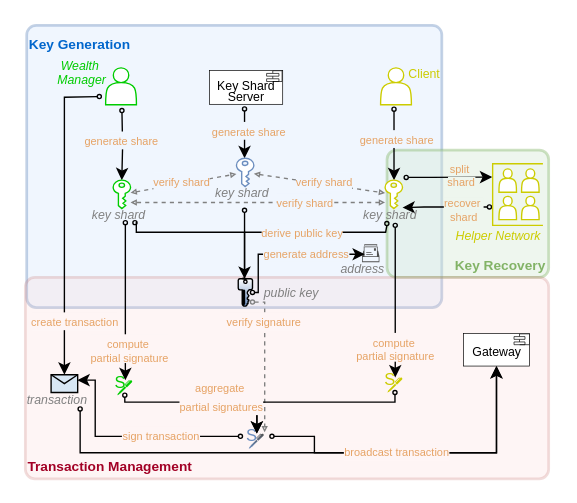
dlt-science/crypto-mpc-wallet-bloom keeps this draw.io diagram as page "txn-sign-tech" (4 of 13) of drawio-diagrams/wallet_architecture.drawio. Above is the earlier version. Source tidied: cells renumbered, new cells numbered last; positions are measured from the earlier drawing's top-left corner, leaving out a move shared by most shapes. Both pictures are drawn from the tidied source at 137%, with x=0, y=0 at pixel (25, 25).
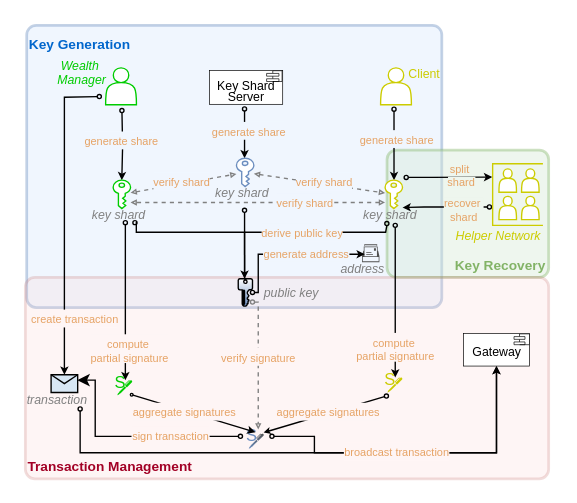
After the change.

The change refers to these unchanged cells:
```xml
<mxCell id="5" style="strokeWidth=1;html=1;shape=mxgraph.flowchart.annotation_1;align=left;rotation=0;strokeColor=#CCCC00;" parent="1" vertex="1">
  <mxGeometry x="341.1" y="101" width="36.7" height="45" as="geometry" />
</mxCell>
<mxCell id="6" value="&lt;b style=&quot;color: rgb(162, 0, 37); caret-color: rgb(0, 0, 0); text-wrap: nowrap;&quot;&gt;&lt;font style=&quot;font-size: 10px;&quot;&gt;Transaction Management&lt;/font&gt;&lt;/b&gt;" style="rounded=1;whiteSpace=wrap;html=1;absoluteArcSize=1;arcSize=14;strokeWidth=2;fillColor=#f8cecc;strokeColor=#b85450;opacity=20;rotation=0;align=left;verticalAlign=bottom;spacingBottom=0;labelBackgroundColor=none;spacing=2;" parent="1" vertex="1">
  <mxGeometry y="184" width="382" height="147" as="geometry" />
</mxCell>
<mxCell id="17" value="&lt;font color=&quot;#808080&quot; style=&quot;font-size: 9px;&quot;&gt;&lt;i style=&quot;&quot;&gt;key shard&lt;/i&gt;&lt;/font&gt;" style="sketch=0;shadow=0;dashed=0;html=1;strokeColor=#00CC00;fillColor=#FFFFFF;labelPosition=center;verticalLabelPosition=bottom;verticalAlign=top;outlineConnect=0;align=center;shape=mxgraph.office.security.key_permissions;rotation=0;spacing=0;fontSize=10;spacingTop=-6;spacingLeft=-5;" parent="1" vertex="1">
  <mxGeometry x="64.1" y="113" width="12.7" height="20.7" as="geometry" />
</mxCell>
<mxCell id="19" value="&lt;font color=&quot;#808080&quot; style=&quot;font-size: 9px;&quot;&gt;&lt;i style=&quot;&quot;&gt;key shard&lt;/i&gt;&lt;/font&gt;" style="sketch=0;shadow=0;dashed=0;html=1;strokeColor=#CCCC00;fillColor=#FFFFFF;labelPosition=center;verticalLabelPosition=bottom;verticalAlign=top;outlineConnect=0;align=center;shape=mxgraph.office.security.key_permissions;rotation=0;spacing=0;fontSize=10;spacingTop=-6;spacingLeft=-5;" parent="1" vertex="1">
  <mxGeometry x="262.6" y="113" width="12.7" height="20.7" as="geometry" />
</mxCell>
<mxCell id="20" style="sketch=0;shadow=0;html=1;strokeColor=#000000;labelPosition=center;verticalLabelPosition=bottom;verticalAlign=bottom;align=center;fillColor=#FFFFFF;shape=mxgraph.mscae.enterprise.key_permissions;rotation=0;spacingTop=0;spacing=1;spacingBottom=0;textDirection=ltr;spacingRight=-8;horizontal=1;gradientColor=#6C8EBF;" parent="1" vertex="1">
  <mxGeometry x="155.4" y="185" width="10.4" height="20" as="geometry" />
</mxCell>
<mxCell id="26" value="&lt;i style=&quot;&quot;&gt;&lt;font color=&quot;#808080&quot; style=&quot;font-size: 9px;&quot;&gt;transaction&lt;/font&gt;&lt;/i&gt;" style="shape=message;html=1;html=1;outlineConnect=0;labelPosition=center;verticalLabelPosition=bottom;align=center;verticalAlign=top;fillColor=#D8E7F5;rotation=0;spacingTop=-9;spacingLeft=-11;spacingRight=0;spacingBottom=0;horizontal=1;spacing=2;" parent="1" vertex="1">
  <mxGeometry x="18.8" y="255" width="19.4" height="13" as="geometry" />
</mxCell>
<mxCell id="28" value="&lt;font face=&quot;Kolker Brush&quot;&gt;S&lt;/font&gt;" style="text;html=1;align=center;verticalAlign=middle;points=[];strokeColor=none;fillColor=none;fontColor=#CCCC00;" parent="27" vertex="1">
  <mxGeometry y="37" width="23" height="28" as="geometry" />
</mxCell>
<mxCell id="29" style="sketch=0;shadow=0;dashed=0;html=1;strokeColor=none;fillColor=#CCCC00;labelPosition=center;verticalLabelPosition=bottom;verticalAlign=top;outlineConnect=0;align=center;shape=mxgraph.office.concepts.writing_pen;" parent="27" vertex="1">
  <mxGeometry x="10" y="49" width="11" height="11" as="geometry" />
</mxCell>
<mxCell id="30" value="&lt;font face=&quot;Kolker Brush&quot;&gt;S&lt;/font&gt;" style="text;html=1;align=center;verticalAlign=middle;points=[];strokeColor=none;fillColor=none;fontColor=#00CC00;" parent="1" vertex="1">
  <mxGeometry x="57.1" y="247" width="23" height="28" as="geometry" />
</mxCell>
<mxCell id="31" style="sketch=0;shadow=0;dashed=0;html=1;strokeColor=none;fillColor=#00CC00;labelPosition=center;verticalLabelPosition=bottom;verticalAlign=top;outlineConnect=0;align=center;shape=mxgraph.office.concepts.writing_pen;" parent="1" vertex="1">
  <mxGeometry x="67.1" y="259" width="11" height="11" as="geometry" />
</mxCell>
<mxCell id="34" style="edgeStyle=orthogonalEdgeStyle;rounded=0;jettySize=auto;html=1;startArrow=oval;startFill=0;startSize=3;exitX=0.17;exitY=0.5;exitDx=0;exitDy=0;exitPerimeter=0;strokeColor=default;" parent="1" edge="1" source="39">
  <mxGeometry relative="1" as="geometry">
    <mxPoint x="38" y="259" as="targetPoint" />
    <Array as="points">
      <mxPoint x="51" y="300" />
      <mxPoint x="51" y="259" />
    </Array>
  </mxGeometry>
</mxCell>
<mxCell id="39" value="&lt;font face=&quot;Kolker Brush&quot;&gt;S&lt;/font&gt;" style="text;html=1;align=center;verticalAlign=middle;points=[];strokeColor=none;fillColor=none;fontColor=#6C8EBF;" parent="1" vertex="1">
  <mxGeometry x="153.1" y="286" width="23" height="28" as="geometry" />
</mxCell>
<mxCell id="40" style="sketch=0;shadow=0;dashed=0;html=1;strokeColor=none;fillColor=#505050;labelPosition=center;verticalLabelPosition=bottom;verticalAlign=top;outlineConnect=0;align=center;shape=mxgraph.office.concepts.writing_pen;gradientColor=#6C8EBF;" parent="1" vertex="1">
  <mxGeometry x="163.1" y="298" width="11" height="11" as="geometry" />
</mxCell>
<mxCell id="47" style="sketch=0;shadow=0;dashed=0;html=1;strokeColor=none;fillColor=#505050;labelPosition=center;verticalLabelPosition=top;verticalAlign=top;outlineConnect=0;align=center;shape=mxgraph.office.concepts.mailbox2;spacingBottom=2;spacingTop=0;fontSize=10;textDirection=ltr;horizontal=1;direction=south;rotation=-90;" parent="1" vertex="1">
  <mxGeometry x="245.6" y="160" width="13" height="12.7" as="geometry" />
</mxCell>
<mxCell id="48" value="&lt;i style=&quot;&quot;&gt;&lt;font color=&quot;#808080&quot; style=&quot;font-size: 9px;&quot;&gt;key shard&lt;/font&gt;&lt;/i&gt;" style="sketch=0;shadow=0;dashed=0;html=1;strokeColor=#6C8EBF;fillColor=#FFFFFF;labelPosition=center;verticalLabelPosition=bottom;verticalAlign=top;outlineConnect=0;align=center;shape=mxgraph.office.security.key_permissions;rotation=0;spacing=0;fontSize=10;spacingTop=-6;spacingLeft=-5;" parent="1" vertex="1">
  <mxGeometry x="154.1" y="97" width="12.7" height="20.7" as="geometry" />
</mxCell>
<mxCell id="53" style="html=1;align=center;verticalAlign=middle;dashed=0;rotation=-90;strokeWidth=0.5;strokeColor=#000000;fillColor=#FFFFFF;fontColor=#000000;" parent="1" vertex="1">
  <mxGeometry x="332" y="212.8" width="23.8" height="48" as="geometry" />
</mxCell>
```

Diff of the diagram source:
```diff
@@
-    <mxCell id="4" style="edgeStyle=orthogonalEdgeStyle;rounded=0;jettySize=auto;html=1;startArrow=oval;startFill=0;startSize=3;strokeColor=default;exitX=-0.064;exitY=0.702;exitDx=0;exitDy=0;exitPerimeter=0;" parent="1" edge="1" source="5">
+    <mxCell id="4" style="edgeStyle=orthogonalEdgeStyle;rounded=0;jettySize=auto;html=1;startArrow=oval;startFill=0;startSize=3;strokeColor=default;exitX=-0.064;exitY=0.702;exitDx=0;exitDy=0;exitPerimeter=0;endSize=3;" parent="1" edge="1" source="5">
       <mxGeometry relative="1" as="geometry">
         <mxPoint x="275.3" y="133" as="targetPoint" />
         <Array as="points">
           <mxPoint x="291" y="133" />
         </Array>
       </mxGeometry>
     </mxCell>
@@
-    <mxCell id="7" style="edgeStyle=orthogonalEdgeStyle;rounded=0;jettySize=auto;html=1;startArrow=oval;startFill=0;startSize=3;exitX=0.428;exitY=1.109;exitDx=0;exitDy=0;exitPerimeter=0;strokeColor=default;" parent="1" edge="1" target="17">
+    <mxCell id="7" style="edgeStyle=orthogonalEdgeStyle;rounded=0;jettySize=auto;html=1;startArrow=oval;startFill=0;startSize=3;exitX=0.428;exitY=1.109;exitDx=0;exitDy=0;exitPerimeter=0;strokeColor=default;endSize=3;" parent="1" edge="1" target="17">
       <mxGeometry relative="1" as="geometry">
         <mxPoint x="70.5" y="62.2" as="sourcePoint" />
       </mxGeometry>
     </mxCell>
@@
-    <mxCell id="9" style="edgeStyle=orthogonalEdgeStyle;rounded=0;jettySize=auto;html=1;startArrow=oval;startFill=0;startSize=3;exitX=0.467;exitY=1.014;exitDx=0;exitDy=0;exitPerimeter=0;strokeColor=default;" parent="1" edge="1" target="19">
+    <mxCell id="9" style="edgeStyle=orthogonalEdgeStyle;rounded=0;jettySize=auto;html=1;startArrow=oval;startFill=0;startSize=3;exitX=0.467;exitY=1.014;exitDx=0;exitDy=0;exitPerimeter=0;strokeColor=default;endSize=3;" parent="1" edge="1" target="19">
       <mxGeometry relative="1" as="geometry">
         <mxPoint x="269.1" y="61.2" as="sourcePoint" />
         <Array as="points">
           <mxPoint x="269" y="61" />
         </Array>
       </mxGeometry>
     </mxCell>
@@
-    <mxCell id="14" style="edgeStyle=orthogonalEdgeStyle;rounded=0;jettySize=auto;html=1;startArrow=oval;startFill=0;startSize=3;fontColor=#E6A365;strokeColor=default;" parent="1" edge="1" target="48">
+    <mxCell id="14" style="edgeStyle=orthogonalEdgeStyle;rounded=0;jettySize=auto;html=1;startArrow=oval;startFill=0;startSize=3;fontColor=#E6A365;strokeColor=default;endSize=3;" parent="1" edge="1" target="48">
       <mxGeometry relative="1" as="geometry">
         <mxPoint x="160" y="61" as="sourcePoint" />
         <Array as="points">
           <mxPoint x="160" y="91" />
           <mxPoint x="160" y="91" />
         </Array>
       </mxGeometry>
     </mxCell>
@@
-    <mxCell id="22" style="edgeStyle=orthogonalEdgeStyle;rounded=0;jettySize=auto;html=1;startArrow=oval;startFill=0;startSize=3;strokeColor=default;" parent="1" edge="1" target="31">
+    <mxCell id="22" style="edgeStyle=orthogonalEdgeStyle;rounded=0;jettySize=auto;html=1;startArrow=oval;startFill=0;startSize=3;strokeColor=default;endSize=3;" parent="1" edge="1" target="31">
       <mxGeometry relative="1" as="geometry">
         <mxPoint x="73" y="144" as="sourcePoint" />
         <Array as="points">
           <mxPoint x="73" y="144" />
         </Array>
       </mxGeometry>
     </mxCell>
@@
-    <mxCell id="24" style="edgeStyle=orthogonalEdgeStyle;rounded=0;jettySize=auto;html=1;startArrow=oval;startFill=0;startSize=3;strokeColor=default;" parent="1" edge="1" target="29">
+    <mxCell id="24" style="edgeStyle=orthogonalEdgeStyle;rounded=0;jettySize=auto;html=1;startArrow=oval;startFill=0;startSize=3;strokeColor=default;endSize=3;" parent="1" edge="1" target="29">
       <mxGeometry relative="1" as="geometry">
         <mxPoint x="270" y="146" as="sourcePoint" />
         <Array as="points">
           <mxPoint x="270" y="160" />
           <mxPoint x="270" y="160" />
         </Array>
       </mxGeometry>
     </mxCell>
@@
-    <mxCell id="32" style="edgeStyle=orthogonalEdgeStyle;rounded=0;jettySize=auto;html=1;endArrow=block;endFill=0;endSize=2;dashed=1;entryX=0.94;entryY=0.396;entryDx=0;entryDy=0;entryPerimeter=0;startArrow=oval;startFill=0;startSize=3;strokeColor=#808080;" parent="1" edge="1" source="20" target="39">
+    <mxCell id="32" style="edgeStyle=orthogonalEdgeStyle;rounded=0;jettySize=auto;html=1;endArrow=block;endFill=0;endSize=2;dashed=1;entryX=0.735;entryY=0.321;entryDx=0;entryDy=0;entryPerimeter=0;startArrow=oval;startFill=0;startSize=3;strokeColor=#808080;" parent="1" edge="1" source="20" target="39">
       <mxGeometry relative="1" as="geometry">
         <Array as="points">
-          <mxPoint x="175" y="202" />
+          <mxPoint x="170" y="202" />
         </Array>
       </mxGeometry>
     </mxCell>
     <mxCell id="33" value="&lt;span style=&quot;color: rgb(230, 163, 101); font-size: 8px;&quot;&gt;verify signature&lt;/span&gt;" style="edgeLabel;html=1;align=center;verticalAlign=middle;labelBackgroundColor=#FEF5F5;" parent="32" vertex="1">
       <mxGeometry x="-0.23" relative="1" as="geometry">
-        <mxPoint x="-1" y="-18" as="offset" />
+        <mxPoint x="-1" y="7" as="offset" />
       </mxGeometry>
     </mxCell>
@@
     <mxCell id="35" value="&lt;span style=&quot;color: rgb(230, 163, 101); font-size: 8px;&quot;&gt;sign transaction&lt;/span&gt;" style="edgeLabel;html=1;align=center;verticalAlign=middle;labelBackgroundColor=#FEF5F5;" parent="34" vertex="1">
       <mxGeometry x="-0.25" relative="1" as="geometry">
-        <mxPoint x="1" y="-2" as="offset" />
+        <mxPoint x="8" y="-2" as="offset" />
       </mxGeometry>
     </mxCell>
-    <mxCell id="36" style="edgeStyle=orthogonalEdgeStyle;rounded=0;jettySize=auto;html=1;startArrow=oval;startFill=0;startSize=3;entryX=0;entryY=0.5;entryDx=0;entryDy=0;strokeColor=default;" parent="1" edge="1" target="53">
+    <mxCell id="36" style="edgeStyle=orthogonalEdgeStyle;rounded=0;jettySize=auto;html=1;startArrow=oval;startFill=0;startSize=3;entryX=0;entryY=0.5;entryDx=0;entryDy=0;strokeColor=default;endSize=3;" parent="1" edge="1" target="53">
       <mxGeometry relative="1" as="geometry">
         <mxPoint x="40" y="280" as="sourcePoint" />
         <Array as="points">
           <mxPoint x="40" y="312" />
           <mxPoint x="344" y="312" />
         </Array>
       </mxGeometry>
     </mxCell>
-    <mxCell id="37" style="edgeStyle=orthogonalEdgeStyle;rounded=0;jettySize=auto;html=1;entryX=0;entryY=0.5;entryDx=0;entryDy=0;startArrow=oval;startFill=0;startSize=3;strokeColor=default;" parent="1" edge="1" target="53">
+    <mxCell id="37" style="edgeStyle=orthogonalEdgeStyle;rounded=0;jettySize=auto;html=1;entryX=0;entryY=0.5;entryDx=0;entryDy=0;startArrow=oval;startFill=0;startSize=3;strokeColor=default;endSize=3;" parent="1" edge="1" target="53">
       <mxGeometry relative="1" as="geometry">
         <mxPoint x="180" y="300" as="sourcePoint" />
         <Array as="points">
           <mxPoint x="211" y="300" />
           <mxPoint x="211" y="312" />
           <mxPoint x="344" y="312" />
         </Array>
       </mxGeometry>
     </mxCell>
@@
-    <mxCell id="45" style="edgeStyle=orthogonalEdgeStyle;rounded=0;jettySize=auto;html=1;entryX=-0.009;entryY=0.217;entryDx=0;entryDy=0;entryPerimeter=0;startArrow=oval;startFill=0;startSize=3;strokeColor=default;" parent="1" edge="1" target="5">
+    <mxCell id="45" style="edgeStyle=orthogonalEdgeStyle;rounded=0;jettySize=auto;html=1;entryX=-0.009;entryY=0.217;entryDx=0;entryDy=0;entryPerimeter=0;startArrow=oval;startFill=0;startSize=3;strokeColor=default;endSize=3;" parent="1" edge="1" target="5">
       <mxGeometry relative="1" as="geometry">
         <mxPoint x="278" y="111" as="sourcePoint" />
         <Array as="points">
           <mxPoint x="295" y="111" />
         </Array>
       </mxGeometry>
     </mxCell>
@@
-    <mxCell id="50" style="edgeStyle=orthogonalEdgeStyle;rounded=0;jettySize=auto;html=1;startArrow=oval;startFill=0;endSize=6;startSize=3;strokeColor=default;" parent="1" edge="1" source="31" target="40">
-      <mxGeometry relative="1" as="geometry">
-        <Array as="points">
-          <mxPoint x="73" y="275" />
-          <mxPoint x="169" y="275" />
-        </Array>
-      </mxGeometry>
-    </mxCell>
@@
-    <mxCell id="56" style="edgeStyle=orthogonalEdgeStyle;rounded=0;jettySize=auto;html=1;startArrow=oval;startFill=0;startSize=3;strokeColor=default;" parent="1" edge="1" target="26">
+    <mxCell id="56" style="edgeStyle=orthogonalEdgeStyle;rounded=0;jettySize=auto;html=1;startArrow=oval;startFill=0;startSize=3;strokeColor=default;endSize=3;" parent="1" edge="1" target="26">
       <mxGeometry relative="1" as="geometry">
         <mxPoint x="54" y="52" as="sourcePoint" />
       </mxGeometry>
     </mxCell>
     <mxCell id="57" value="&lt;font style=&quot;font-size: 8px; line-height: 70%;&quot; color=&quot;#e6a365&quot;&gt;create&amp;nbsp;&lt;/font&gt;&lt;span style=&quot;font-size: 8px; color: rgb(230, 163, 101);&quot;&gt;transaction&lt;/span&gt;" style="edgeLabel;html=1;align=center;verticalAlign=middle;labelBackgroundColor=#FEF5F5;" parent="56" vertex="1">
       <mxGeometry x="0.74" relative="1" as="geometry">
-        <mxPoint x="7" y="-9" as="offset" />
+        <mxPoint x="7" y="-11" as="offset" />
       </mxGeometry>
     </mxCell>
@@
-    <mxCell id="60" style="edgeStyle=orthogonalEdgeStyle;rounded=0;jettySize=auto;html=1;entryX=0.161;entryY=0.556;entryDx=0;entryDy=0;entryPerimeter=0;startArrow=oval;startFill=0;startSize=3;strokeColor=default;" parent="1" edge="1" source="20" target="47">
+    <mxCell id="60" style="edgeStyle=orthogonalEdgeStyle;rounded=0;jettySize=auto;html=1;entryX=0.161;entryY=0.556;entryDx=0;entryDy=0;entryPerimeter=0;startArrow=oval;startFill=0;startSize=3;strokeColor=default;endSize=3;" parent="1" edge="1" source="20" target="47">
       <mxGeometry relative="1" as="geometry">
         <Array as="points">
           <mxPoint x="170" y="195" />
           <mxPoint x="170" y="167" />
         </Array>
       </mxGeometry>
     </mxCell>
@@
-    <mxCell id="62" style="edgeStyle=orthogonalEdgeStyle;rounded=0;jettySize=auto;html=1;startArrow=oval;startFill=0;startSize=3;strokeColor=default;" parent="1" edge="1" source="29" target="40">
-      <mxGeometry relative="1" as="geometry">
-        <Array as="points">
-          <mxPoint x="270" y="275" />
-          <mxPoint x="169" y="275" />
-        </Array>
-      </mxGeometry>
-    </mxCell>
-    <mxCell id="63" value="&lt;font color=&quot;#e6a365&quot; style=&quot;font-size: 8px; line-height: 3.2px;&quot;&gt;aggregate&amp;nbsp;&lt;/font&gt;&lt;div&gt;&lt;span style=&quot;color: rgb(230, 163, 101); font-size: 8px; line-height: 3.2px;&quot;&gt;partial&amp;nbsp;&lt;/span&gt;&lt;span style=&quot;color: rgb(230, 163, 101); font-size: 8px;&quot;&gt;signatures&lt;/span&gt;&lt;/div&gt;" style="edgeLabel;html=1;align=center;verticalAlign=middle;labelBackgroundColor=#FEF5F5;" parent="62" vertex="1">
-      <mxGeometry x="0.23" y="1" relative="1" as="geometry">
-        <mxPoint x="-54" y="-6" as="offset" />
-      </mxGeometry>
-    </mxCell>
-    <mxCell id="64" style="edgeStyle=orthogonalEdgeStyle;rounded=0;orthogonalLoop=1;jettySize=auto;html=1;endArrow=oval;endFill=0;startSize=3;endSize=3;strokeColor=default;" parent="1" edge="1">
+    <mxCell id="64" style="edgeStyle=orthogonalEdgeStyle;rounded=0;jettySize=auto;html=1;endArrow=oval;endFill=0;startSize=3;endSize=3;strokeColor=default;exitX=0.419;exitY=0.003;exitDx=0;exitDy=0;exitPerimeter=0;" parent="1" edge="1" source="6">
       <mxGeometry relative="1" as="geometry">
-        <mxPoint x="159" y="184" as="sourcePoint" />
         <mxPoint x="160" y="135" as="targetPoint" />
         <Array as="points">
-          <mxPoint x="159" y="185" />
-          <mxPoint x="160" y="185" />
+          <mxPoint x="160" y="184" />
         </Array>
       </mxGeometry>
     </mxCell>
-    <mxCell id="65" style="edgeStyle=orthogonalEdgeStyle;rounded=0;orthogonalLoop=1;jettySize=auto;html=1;startArrow=oval;startFill=0;startSize=3;endArrow=classic;endFill=1;strokeColor=default;" parent="1" edge="1">
+    <mxCell id="65" style="edgeStyle=orthogonalEdgeStyle;rounded=0;orthogonalLoop=1;jettySize=auto;html=1;startArrow=oval;startFill=0;startSize=3;endArrow=classic;endFill=1;strokeColor=default;endSize=3;" parent="1" edge="1">
       <mxGeometry relative="1" as="geometry">
         <mxPoint x="80" y="144" as="sourcePoint" />
         <mxPoint x="160" y="185" as="targetPoint" />
         <Array as="points">
           <mxPoint x="81" y="144" />
           <mxPoint x="81" y="151" />
           <mxPoint x="160" y="151" />
           <mxPoint x="160" y="185" />
         </Array>
       </mxGeometry>
     </mxCell>
@@
+    <mxCell id="74" style="endArrow=classic;html=1;rounded=0;exitX=0.892;exitY=0.807;exitDx=0;exitDy=0;exitPerimeter=0;startArrow=oval;startFill=0;startSize=2;endSize=3;endFill=1;entryX=0.648;entryY=0.393;entryDx=0;entryDy=0;entryPerimeter=0;" parent="1" edge="1" source="30" target="39">
+      <mxGeometry relative="1" as="geometry" />
+    </mxCell>
+    <mxCell id="75" style="endArrow=oval;html=1;rounded=0;entryX=0.402;entryY=0.914;entryDx=0;entryDy=0;entryPerimeter=0;endFill=0;endSize=3;startArrow=classic;startFill=1;startSize=2;exitX=0.907;exitY=0.401;exitDx=0;exitDy=0;exitPerimeter=0;" parent="1" edge="1" source="39" target="28">
+      <mxGeometry relative="1" as="geometry" />
+    </mxCell>
+    <mxCell id="76" value="&lt;font style=&quot;font-size: 8px; line-height: 3.2px;&quot; color=&quot;#e6a365&quot;&gt;aggregate&amp;nbsp;&lt;/font&gt;&lt;span style=&quot;color: rgb(230, 163, 101); font-size: 8px;&quot;&gt;signatures&lt;/span&gt;" style="edgeLabel;html=1;align=center;verticalAlign=middle;labelBackgroundColor=#FEF5F5;" parent="1" vertex="1">
+      <mxGeometry x="227" y="275" as="geometry">
+        <mxPoint x="-112" y="6" as="offset" />
+      </mxGeometry>
+    </mxCell>
+    <mxCell id="77" value="&lt;font style=&quot;font-size: 8px; line-height: 3.2px;&quot; color=&quot;#e6a365&quot;&gt;aggregate&amp;nbsp;&lt;/font&gt;&lt;span style=&quot;color: rgb(230, 163, 101); font-size: 8px;&quot;&gt;signatures&lt;/span&gt;" style="edgeLabel;html=1;align=center;verticalAlign=middle;labelBackgroundColor=#FEF5F5;" parent="1" vertex="1">
+      <mxGeometry x="332" y="275" as="geometry">
+        <mxPoint x="-112" y="6" as="offset" />
+      </mxGeometry>
+    </mxCell>
```
